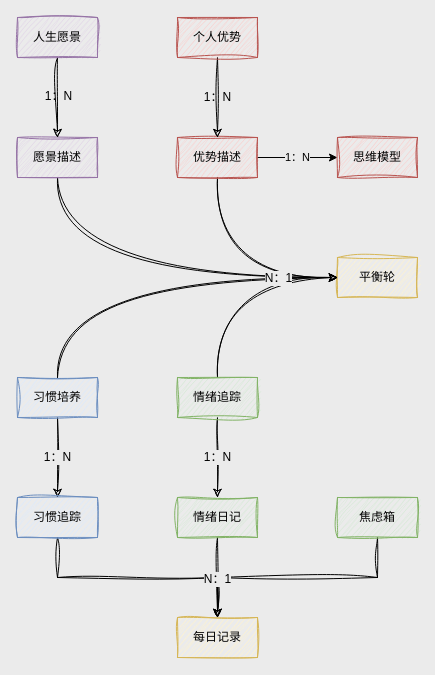
The draw.io diagram page "系统概念图" (4 of 10) of 人生重启计划.drawio in youyusan/life_system, before the edit. Source tidied: cells renumbered, new cells numbered last; positions are measured from the earlier drawing's top-left corner, leaving out a move shared by most shapes. Both pictures are drawn from the tidied source at 100%, with x=0, y=0 at pixel (17, 17).
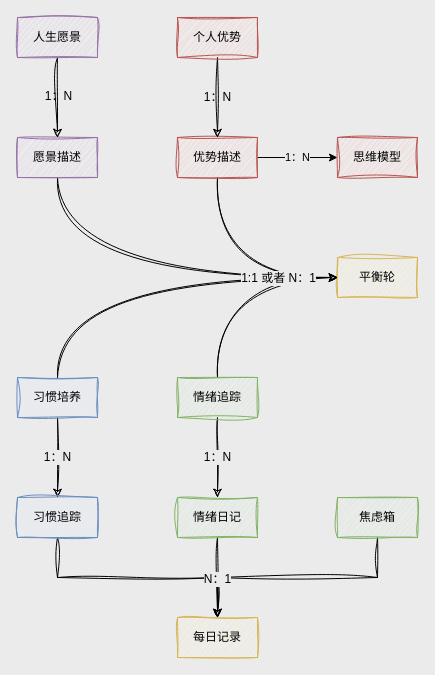
Above is the later version.

Unchanged cells that the change refers to:
```xml
<mxCell id="20" style="edgeStyle=orthogonalEdgeStyle;rounded=0;jettySize=auto;html=1;entryX=0;entryY=0.5;entryDx=0;entryDy=0;sketch=1;jiggle=2;curveFitting=1;strokeColor=default;align=center;verticalAlign=middle;fontFamily=Helvetica;fontSize=12;fontColor=default;fillColor=default;curved=1;" parent="1" edge="1" source="22" target="2">
  <mxGeometry relative="1" as="geometry">
    <Array as="points">
      <mxPoint x="200" y="260" />
    </Array>
  </mxGeometry>
</mxCell>
```

Diff of the diagram source:
```diff
@@
-    <mxCell id="21" value="N：1" style="edgeLabel;html=1;align=center;verticalAlign=middle;rounded=0;sketch=1;jiggle=2;curveFitting=1;strokeColor=default;fontFamily=Helvetica;fontSize=12;fontColor=default;fillColor=default;labelBackgroundColor=#EBEBEB;" parent="20" vertex="1">
+    <mxCell id="21" value="1:1 或者 N：1" style="edgeLabel;html=1;align=center;verticalAlign=middle;rounded=0;sketch=1;jiggle=2;curveFitting=1;strokeColor=default;fontFamily=Helvetica;fontSize=12;fontColor=default;fillColor=default;labelBackgroundColor=#EBEBEB;" parent="20" vertex="1">
       <mxGeometry x="0.45" y="1" relative="1" as="geometry">
         <mxPoint y="1" as="offset" />
       </mxGeometry>
     </mxCell>
```
